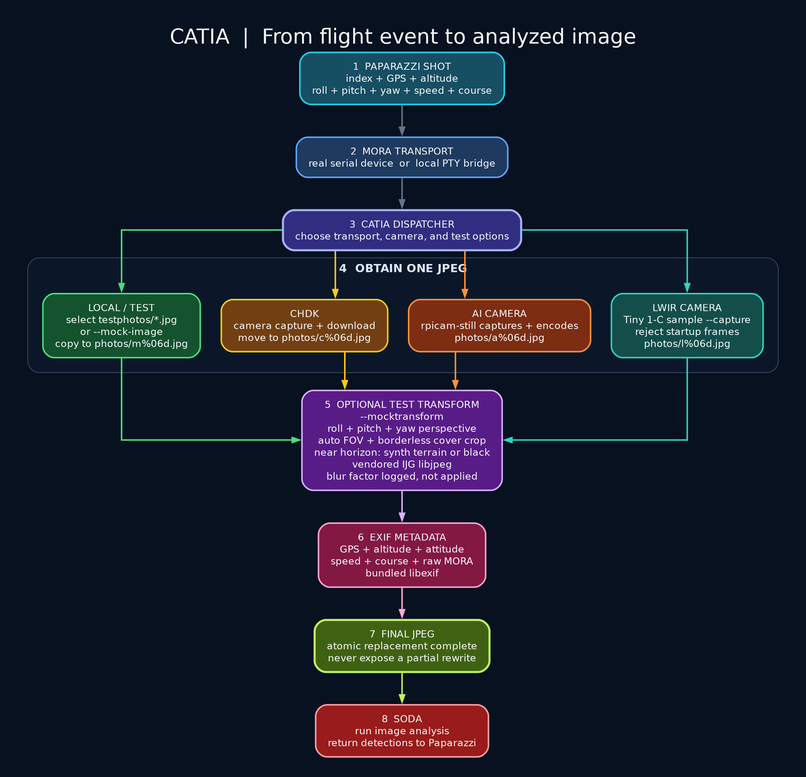
tudelft/paparazzi keeps this Graphviz diagram as sw/airborne/modules/digital_cam/catia/documentation/catia-flow.png. Above is the earlier version. Its source is kept beside it as sw/airborne/modules/digital_cam/catia/documentation/catia-flow.dot.
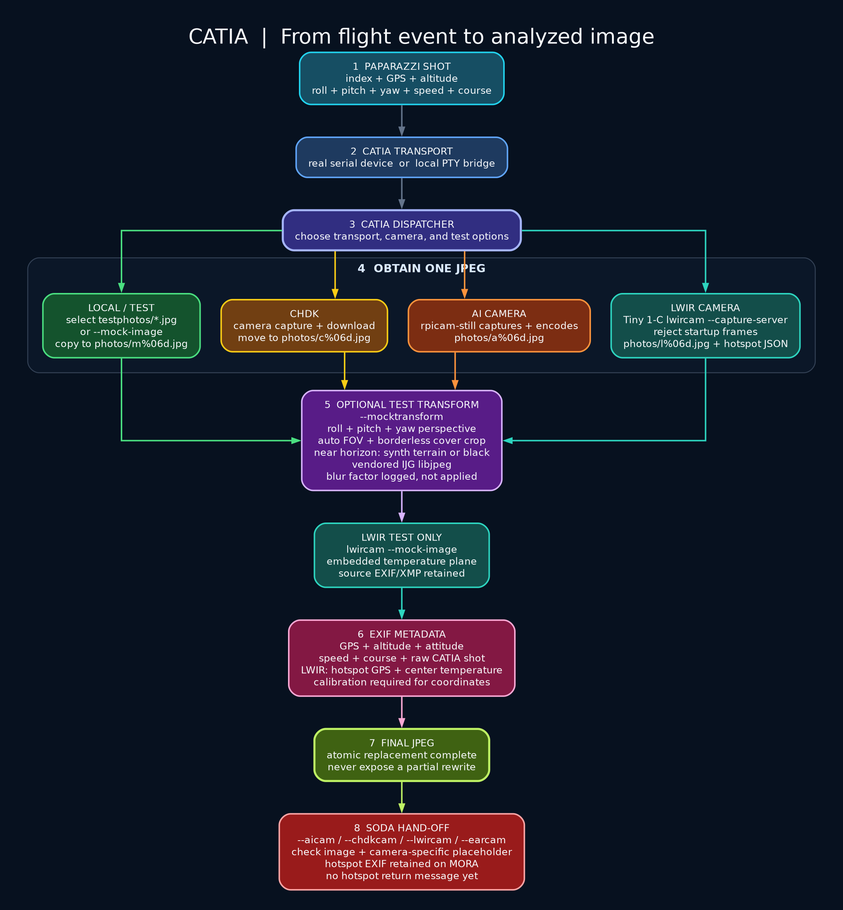
The same file after the commit.

Change to the diagram source:
```diff
@@ -41,7 +41,7 @@
   ];
 
   transport [
-    label="2  MORA TRANSPORT\nreal serial device  or  local PTY bridge",
+    label="2  CATIA TRANSPORT\nreal serial device  or  local PTY bridge",
     fillcolor="#1e3a5f",
     color="#60a5fa"
   ];
@@ -83,7 +83,7 @@
     ];
 
     lwircam [
-      label="LWIR CAMERA\nTiny 1-C sample --capture\nreject startup frames\nphotos/l%06d.jpg",
+      label="LWIR CAMERA\nTiny 1-C lwircam --capture-server\nreject startup frames\nphotos/l%06d.jpg + hotspot JSON",
       fillcolor="#134e4a",
       color="#2dd4bf"
     ];
@@ -98,9 +98,15 @@
   ];
 
   exif [
-    label="6  EXIF METADATA\nGPS + altitude + attitude\nspeed + course + raw MORA\nbundled libexif",
+    label="6  EXIF METADATA\nGPS + altitude + attitude\nspeed + course + raw CATIA shot\nLWIR: hotspot GPS + center temperature\ncalibration required for coordinates",
     fillcolor="#831843",
     color="#f9a8d4"
+  ];
+
+  mock_hotspots [
+    label="LWIR TEST ONLY\nlwircam --mock-image\nembedded temperature plane\nsource EXIF/XMP retained",
+    fillcolor="#134e4a",
+    color="#2dd4bf"
   ];
 
   final [
@@ -111,7 +117,7 @@
   ];
 
   soda [
-    label="8  SODA\nrun image analysis\nreturn detections to Paparazzi",
+    label="8  SODA HAND-OFF\n--aicam / --chdkcam / --lwircam / --earcam\ncheck image + camera-specific placeholder\nhotspot EXIF retained on MORA\nno hotspot return message yet",
     fillcolor="#991b1b",
     color="#fca5a5"
   ];
@@ -126,7 +132,8 @@
   chdk -> transform [color="#facc15"];
   aicam -> transform [color="#fb923c"];
   lwircam -> transform [color="#2dd4bf"];
-  transform -> exif [color="#d8b4fe"];
+  transform -> mock_hotspots [color="#d8b4fe"];
+  mock_hotspots -> exif [color="#2dd4bf"];
   exif -> final [color="#f9a8d4"];
   final -> soda [color="#bef264"];
 }
```
